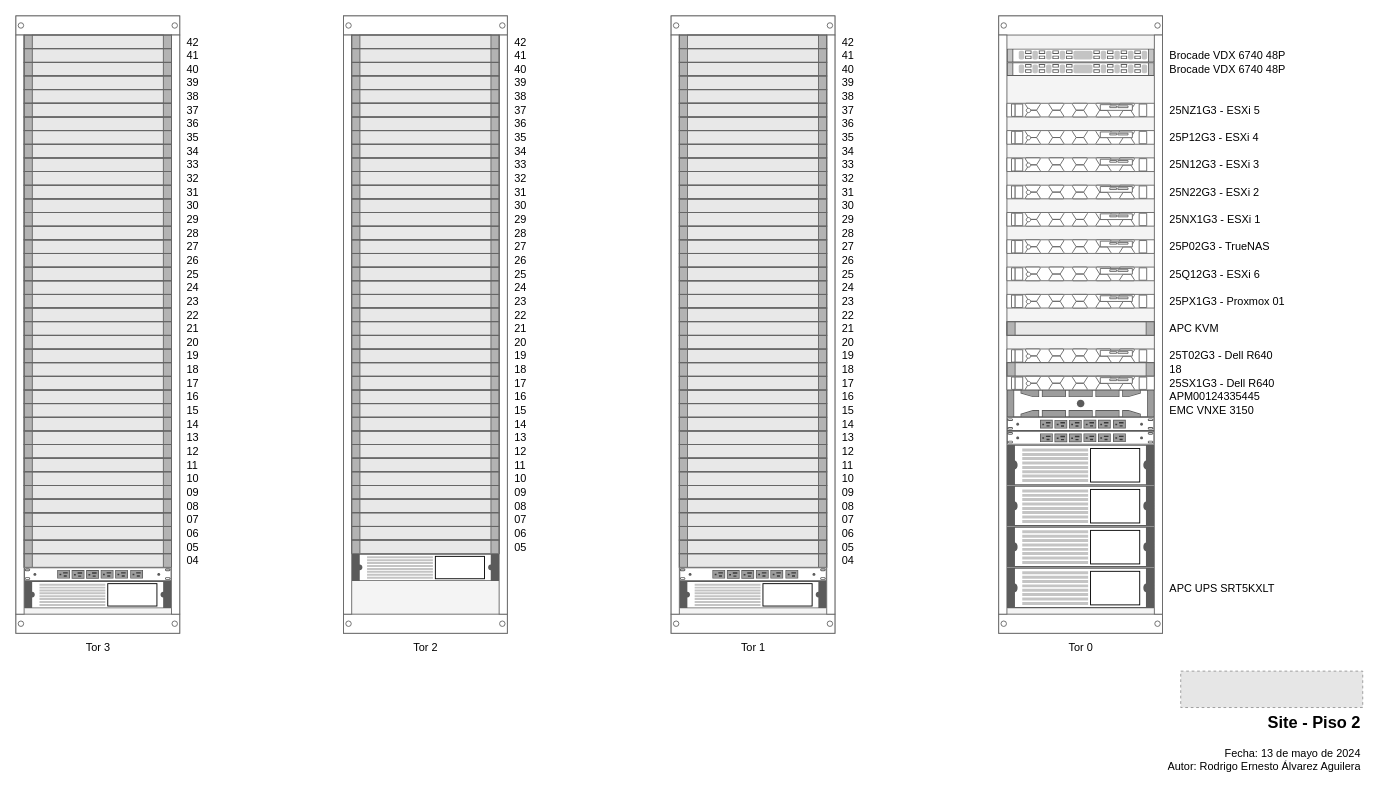
Earlier version of the draw.io diagram page "Servidores" (1 of 3) of siteCultura.drawio (incognia/Cultura). Source tidied: cells renumbered, new cells numbered last; positions are measured from the earlier drawing's top-left corner, leaving out a move shared by most shapes. Both pictures are drawn from the tidied source at 91%, with x=0, y=0 at pixel (15, 15). Pictures stored in the file or linked from it are replaced by grey dashed boxes.
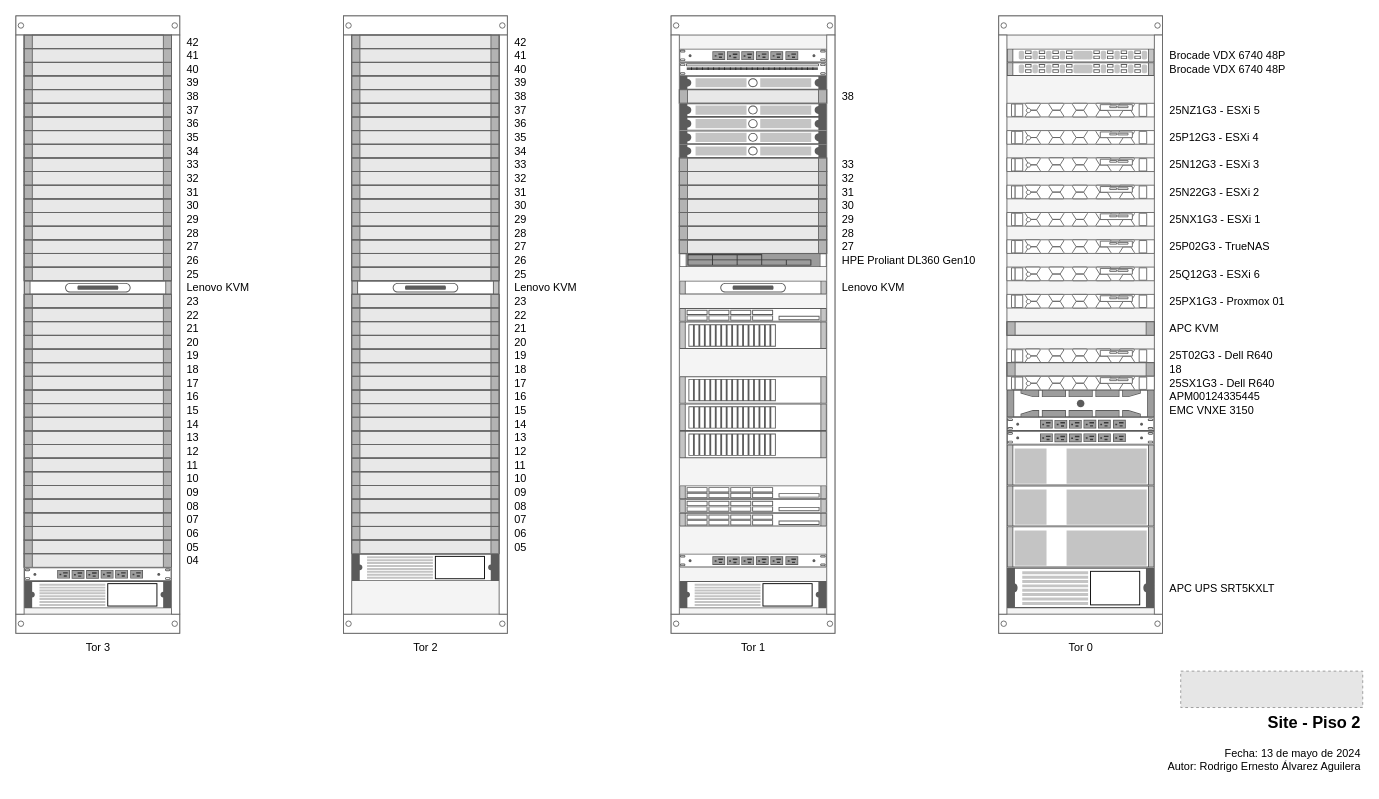
Above is the later version.

The change refers to these unchanged cells:
```xml
<mxCell id="2" value="Tor 3" style="strokeColor=#666666;html=1;verticalLabelPosition=bottom;labelBackgroundColor=#ffffff;verticalAlign=top;shadow=0;dashed=0;shape=mxgraph.rackGeneral.rackCabinet3;fillColor2=#f4f4f4;allowGaps=1;textColor=#666666;numDisp=off;" parent="1" vertex="1">
  <mxGeometry width="180" height="680" as="geometry" />
</mxCell>
<mxCell id="44" value="Tor 2" style="strokeColor=#666666;html=1;verticalLabelPosition=bottom;labelBackgroundColor=#ffffff;verticalAlign=top;shadow=0;dashed=0;shape=mxgraph.rackGeneral.rackCabinet3;fillColor2=#f4f4f4;allowGaps=1;textColor=#666666;numDisp=off;" parent="1" vertex="1">
  <mxGeometry x="360" width="180" height="680" as="geometry" />
</mxCell>
<mxCell id="84" value="Tor 1" style="strokeColor=#666666;html=1;verticalLabelPosition=bottom;labelBackgroundColor=#ffffff;verticalAlign=top;shadow=0;dashed=0;shape=mxgraph.rackGeneral.rackCabinet3;fillColor2=#f4f4f4;allowGaps=1;textColor=#666666;numDisp=off;" parent="1" vertex="1">
  <mxGeometry x="720" width="180" height="680" as="geometry" />
</mxCell>
<mxCell id="126" value="Tor 0" style="strokeColor=#666666;html=1;verticalLabelPosition=bottom;labelBackgroundColor=#ffffff;verticalAlign=top;shadow=0;dashed=0;shape=mxgraph.rackGeneral.rackCabinet3;fillColor2=#f4f4f4;allowGaps=1;textColor=#666666;numDisp=off;" parent="1" vertex="1">
  <mxGeometry x="1080" width="180" height="680" as="geometry" />
</mxCell>
```

Change to the diagram source:
```diff
@@
+    <mxCell id="150" value="Lenovo KVM" style="shape=mxgraph.rack.ibm.ibm_1u_flat_panel_console_kit;html=1;labelPosition=right;align=left;spacingLeft=15;dashed=0;shadow=0;fillColor=#ffffff;" parent="2" vertex="1">
+      <mxGeometry x="9" y="291" width="162" height="15" as="geometry" />
+    </mxCell>
@@
-    <mxCell id="14" value="24" style="strokeColor=#666666;html=1;labelPosition=right;align=left;spacingLeft=15;shadow=0;dashed=0;shape=mxgraph.rackGeneral.plate;fillColor=#e8e8e8;" parent="2" vertex="1">
-      <mxGeometry x="9" y="291" width="162" height="15" as="geometry" />
-    </mxCell>
@@
+    <mxCell id="151" value="Lenovo KVM" style="shape=mxgraph.rack.ibm.ibm_1u_flat_panel_console_kit;html=1;labelPosition=right;align=left;spacingLeft=15;dashed=0;shadow=0;fillColor=#ffffff;" parent="44" vertex="1">
+      <mxGeometry x="9" y="291" width="162" height="15" as="geometry" />
+    </mxCell>
@@
-    <mxCell id="56" value="24" style="strokeColor=#666666;html=1;labelPosition=right;align=left;spacingLeft=15;shadow=0;dashed=0;shape=mxgraph.rackGeneral.plate;fillColor=#e8e8e8;" parent="44" vertex="1">
-      <mxGeometry x="9" y="291" width="162" height="15" as="geometry" />
-    </mxCell>
@@
-    <mxCell id="85" value="42" style="strokeColor=#666666;html=1;labelPosition=right;align=left;spacingLeft=15;shadow=0;dashed=0;shape=mxgraph.rackGeneral.plate;fillColor=#e8e8e8;" parent="84" vertex="1">
-      <mxGeometry x="9" y="21" width="162" height="15" as="geometry" />
-    </mxCell>
-    <mxCell id="86" value="40" style="strokeColor=#666666;html=1;labelPosition=right;align=left;spacingLeft=15;shadow=0;dashed=0;shape=mxgraph.rackGeneral.plate;fillColor=#e8e8e8;" parent="84" vertex="1">
-      <mxGeometry x="9" y="51" width="162" height="15" as="geometry" />
-    </mxCell>
-    <mxCell id="87" value="41" style="strokeColor=#666666;html=1;labelPosition=right;align=left;spacingLeft=15;shadow=0;dashed=0;shape=mxgraph.rackGeneral.plate;fillColor=#e8e8e8;" parent="84" vertex="1">
-      <mxGeometry x="9" y="36" width="162" height="15" as="geometry" />
-    </mxCell>
-    <mxCell id="88" value="39" style="strokeColor=#666666;html=1;labelPosition=right;align=left;spacingLeft=15;shadow=0;dashed=0;shape=mxgraph.rackGeneral.plate;fillColor=#e8e8e8;" parent="84" vertex="1">
-      <mxGeometry x="9" y="66" width="162" height="15" as="geometry" />
-    </mxCell>
+    <mxCell id="152" style="strokeColor=#666666;html=1;labelPosition=right;align=left;spacingLeft=15;shadow=0;dashed=0;shape=mxgraph.rack.dell.power_strip;" parent="84" vertex="1">
+      <mxGeometry x="9" y="36" width="162" height="15" as="geometry" />
+    </mxCell>
+    <mxCell id="153" style="strokeColor=#666666;html=1;labelPosition=right;align=left;spacingLeft=15;shadow=0;dashed=0;shape=mxgraph.rack.general.cat5e_rack_mount_patch_panel_24_ports;" parent="84" vertex="1">
+      <mxGeometry x="9" y="51" width="162" height="15" as="geometry" />
+    </mxCell>
+    <mxCell id="154" style="strokeColor=#666666;html=1;labelPosition=right;align=left;spacingLeft=15;shadow=0;dashed=0;shape=mxgraph.rack.general.1u_rack_server;" parent="84" vertex="1">
+      <mxGeometry x="9" y="66" width="162" height="15" as="geometry" />
+    </mxCell>
@@
+    <mxCell id="155" style="strokeColor=#666666;html=1;labelPosition=right;align=left;spacingLeft=15;shadow=0;dashed=0;shape=mxgraph.rack.general.1u_rack_server;" parent="84" vertex="1">
+      <mxGeometry x="9" y="96" width="162" height="15" as="geometry" />
+    </mxCell>
+    <mxCell id="156" style="strokeColor=#666666;html=1;labelPosition=right;align=left;spacingLeft=15;shadow=0;dashed=0;shape=mxgraph.rack.general.1u_rack_server;" parent="84" vertex="1">
+      <mxGeometry x="9" y="111" width="162" height="15" as="geometry" />
+    </mxCell>
+    <mxCell id="157" style="strokeColor=#666666;html=1;labelPosition=right;align=left;spacingLeft=15;shadow=0;dashed=0;shape=mxgraph.rack.general.1u_rack_server;" parent="84" vertex="1">
+      <mxGeometry x="9" y="126" width="162" height="15" as="geometry" />
+    </mxCell>
+    <mxCell id="158" style="strokeColor=#666666;html=1;labelPosition=right;align=left;spacingLeft=15;shadow=0;dashed=0;shape=mxgraph.rack.general.1u_rack_server;" parent="84" vertex="1">
+      <mxGeometry x="9" y="141" width="162" height="15" as="geometry" />
+    </mxCell>
@@
-    <mxCell id="91" value="34" style="strokeColor=#666666;html=1;labelPosition=right;align=left;spacingLeft=15;shadow=0;dashed=0;shape=mxgraph.rackGeneral.plate;fillColor=#e8e8e8;" parent="84" vertex="1">
-      <mxGeometry x="9" y="141" width="162" height="15" as="geometry" />
-    </mxCell>
-    <mxCell id="92" value="35" style="strokeColor=#666666;html=1;labelPosition=right;align=left;spacingLeft=15;shadow=0;dashed=0;shape=mxgraph.rackGeneral.plate;fillColor=#e8e8e8;" parent="84" vertex="1">
-      <mxGeometry x="9" y="126" width="162" height="15" as="geometry" />
-    </mxCell>
-    <mxCell id="93" value="36" style="strokeColor=#666666;html=1;labelPosition=right;align=left;spacingLeft=15;shadow=0;dashed=0;shape=mxgraph.rackGeneral.plate;fillColor=#e8e8e8;" parent="84" vertex="1">
-      <mxGeometry x="9" y="111" width="162" height="15" as="geometry" />
-    </mxCell>
-    <mxCell id="94" value="37" style="strokeColor=#666666;html=1;labelPosition=right;align=left;spacingLeft=15;shadow=0;dashed=0;shape=mxgraph.rackGeneral.plate;fillColor=#e8e8e8;" parent="84" vertex="1">
-      <mxGeometry x="9" y="96" width="162" height="15" as="geometry" />
-    </mxCell>
-    <mxCell id="95" value="23" style="strokeColor=#666666;html=1;labelPosition=right;align=left;spacingLeft=15;shadow=0;dashed=0;shape=mxgraph.rackGeneral.plate;fillColor=#e8e8e8;" parent="84" vertex="1">
-      <mxGeometry x="9" y="306" width="162" height="15" as="geometry" />
-    </mxCell>
-    <mxCell id="96" value="24" style="strokeColor=#666666;html=1;labelPosition=right;align=left;spacingLeft=15;shadow=0;dashed=0;shape=mxgraph.rackGeneral.plate;fillColor=#e8e8e8;" parent="84" vertex="1">
-      <mxGeometry x="9" y="291" width="162" height="15" as="geometry" />
-    </mxCell>
-    <mxCell id="97" value="25" style="strokeColor=#666666;html=1;labelPosition=right;align=left;spacingLeft=15;shadow=0;dashed=0;shape=mxgraph.rackGeneral.plate;fillColor=#e8e8e8;" parent="84" vertex="1">
-      <mxGeometry x="9" y="276" width="162" height="15" as="geometry" />
-    </mxCell>
-    <mxCell id="98" value="26" style="strokeColor=#666666;html=1;labelPosition=right;align=left;spacingLeft=15;shadow=0;dashed=0;shape=mxgraph.rackGeneral.plate;fillColor=#e8e8e8;" parent="84" vertex="1">
-      <mxGeometry x="9" y="261" width="162" height="15" as="geometry" />
-    </mxCell>
+    <mxCell id="159" value="HPE Proliant DL360 Gen10" style="shape=mxgraph.rack.hp.hp_proliant_dl360p_g8;html=1;labelPosition=right;align=left;spacingLeft=15;dashed=0;shadow=0;fillColor=#ffffff;" parent="84" vertex="1">
+      <mxGeometry x="9" y="261" width="162" height="15" as="geometry" />
+    </mxCell>
+    <mxCell id="160" value="Lenovo KVM" style="shape=mxgraph.rack.ibm.ibm_1u_flat_panel_console_kit;html=1;labelPosition=right;align=left;spacingLeft=15;dashed=0;shadow=0;fillColor=#ffffff;" parent="84" vertex="1">
+      <mxGeometry x="9" y="291" width="162" height="15" as="geometry" />
+    </mxCell>
@@
-    <mxCell id="105" value="22" style="strokeColor=#666666;html=1;labelPosition=right;align=left;spacingLeft=15;shadow=0;dashed=0;shape=mxgraph.rackGeneral.plate;fillColor=#e8e8e8;" parent="84" vertex="1">
-      <mxGeometry x="9" y="321" width="162" height="15" as="geometry" />
-    </mxCell>
-    <mxCell id="106" value="13" style="strokeColor=#666666;html=1;labelPosition=right;align=left;spacingLeft=15;shadow=0;dashed=0;shape=mxgraph.rackGeneral.plate;fillColor=#e8e8e8;" parent="84" vertex="1">
-      <mxGeometry x="9" y="456" width="162" height="15" as="geometry" />
-    </mxCell>
-    <mxCell id="107" value="14" style="strokeColor=#666666;html=1;labelPosition=right;align=left;spacingLeft=15;shadow=0;dashed=0;shape=mxgraph.rackGeneral.plate;fillColor=#e8e8e8;" parent="84" vertex="1">
-      <mxGeometry x="9" y="441" width="162" height="15" as="geometry" />
-    </mxCell>
-    <mxCell id="108" value="15" style="strokeColor=#666666;html=1;labelPosition=right;align=left;spacingLeft=15;shadow=0;dashed=0;shape=mxgraph.rackGeneral.plate;fillColor=#e8e8e8;" parent="84" vertex="1">
-      <mxGeometry x="9" y="426" width="162" height="15" as="geometry" />
-    </mxCell>
-    <mxCell id="109" value="16" style="strokeColor=#666666;html=1;labelPosition=right;align=left;spacingLeft=15;shadow=0;dashed=0;shape=mxgraph.rackGeneral.plate;fillColor=#e8e8e8;" parent="84" vertex="1">
-      <mxGeometry x="9" y="411" width="162" height="15" as="geometry" />
-    </mxCell>
-    <mxCell id="110" value="17" style="strokeColor=#666666;html=1;labelPosition=right;align=left;spacingLeft=15;shadow=0;dashed=0;shape=mxgraph.rackGeneral.plate;fillColor=#e8e8e8;" parent="84" vertex="1">
-      <mxGeometry x="9" y="396" width="162" height="15" as="geometry" />
-    </mxCell>
-    <mxCell id="111" value="18" style="strokeColor=#666666;html=1;labelPosition=right;align=left;spacingLeft=15;shadow=0;dashed=0;shape=mxgraph.rackGeneral.plate;fillColor=#e8e8e8;" parent="84" vertex="1">
-      <mxGeometry x="9" y="381" width="162" height="15" as="geometry" />
-    </mxCell>
-    <mxCell id="112" value="19" style="strokeColor=#666666;html=1;labelPosition=right;align=left;spacingLeft=15;shadow=0;dashed=0;shape=mxgraph.rackGeneral.plate;fillColor=#e8e8e8;" parent="84" vertex="1">
-      <mxGeometry x="9" y="366" width="162" height="15" as="geometry" />
-    </mxCell>
-    <mxCell id="113" value="20" style="strokeColor=#666666;html=1;labelPosition=right;align=left;spacingLeft=15;shadow=0;dashed=0;shape=mxgraph.rackGeneral.plate;fillColor=#e8e8e8;" parent="84" vertex="1">
-      <mxGeometry x="9" y="351" width="162" height="15" as="geometry" />
-    </mxCell>
-    <mxCell id="114" value="21" style="strokeColor=#666666;html=1;labelPosition=right;align=left;spacingLeft=15;shadow=0;dashed=0;shape=mxgraph.rackGeneral.plate;fillColor=#e8e8e8;" parent="84" vertex="1">
-      <mxGeometry x="9" y="336" width="162" height="15" as="geometry" />
-    </mxCell>
-    <mxCell id="115" value="12" style="strokeColor=#666666;html=1;labelPosition=right;align=left;spacingLeft=15;shadow=0;dashed=0;shape=mxgraph.rackGeneral.plate;fillColor=#e8e8e8;" parent="84" vertex="1">
-      <mxGeometry x="9" y="471" width="162" height="15" as="geometry" />
-    </mxCell>
-    <mxCell id="116" value="11" style="strokeColor=#666666;html=1;labelPosition=right;align=left;spacingLeft=15;shadow=0;dashed=0;shape=mxgraph.rackGeneral.plate;fillColor=#e8e8e8;" parent="84" vertex="1">
-      <mxGeometry x="9" y="486" width="162" height="15" as="geometry" />
-    </mxCell>
-    <mxCell id="117" value="10" style="strokeColor=#666666;html=1;labelPosition=right;align=left;spacingLeft=15;shadow=0;dashed=0;shape=mxgraph.rackGeneral.plate;fillColor=#e8e8e8;" parent="84" vertex="1">
-      <mxGeometry x="9" y="501" width="162" height="15" as="geometry" />
-    </mxCell>
-    <mxCell id="118" value="09" style="strokeColor=#666666;html=1;labelPosition=right;align=left;spacingLeft=15;shadow=0;dashed=0;shape=mxgraph.rackGeneral.plate;fillColor=#e8e8e8;" parent="84" vertex="1">
-      <mxGeometry x="9" y="516" width="162" height="15" as="geometry" />
-    </mxCell>
-    <mxCell id="119" value="08" style="strokeColor=#666666;html=1;labelPosition=right;align=left;spacingLeft=15;shadow=0;dashed=0;shape=mxgraph.rackGeneral.plate;fillColor=#e8e8e8;" parent="84" vertex="1">
-      <mxGeometry x="9" y="531" width="162" height="15" as="geometry" />
-    </mxCell>
-    <mxCell id="120" value="05" style="strokeColor=#666666;html=1;labelPosition=right;align=left;spacingLeft=15;shadow=0;dashed=0;shape=mxgraph.rackGeneral.plate;fillColor=#e8e8e8;" parent="84" vertex="1">
-      <mxGeometry x="9" y="576" width="162" height="15" as="geometry" />
-    </mxCell>
-    <mxCell id="121" value="06" style="strokeColor=#666666;html=1;labelPosition=right;align=left;spacingLeft=15;shadow=0;dashed=0;shape=mxgraph.rackGeneral.plate;fillColor=#e8e8e8;" parent="84" vertex="1">
-      <mxGeometry x="9" y="561" width="162" height="15" as="geometry" />
-    </mxCell>
-    <mxCell id="122" value="07" style="strokeColor=#666666;html=1;labelPosition=right;align=left;spacingLeft=15;shadow=0;dashed=0;shape=mxgraph.rackGeneral.plate;fillColor=#e8e8e8;" parent="84" vertex="1">
-      <mxGeometry x="9" y="546" width="162" height="15" as="geometry" />
-    </mxCell>
-    <mxCell id="123" value="04" style="strokeColor=#666666;html=1;labelPosition=right;align=left;spacingLeft=15;shadow=0;dashed=0;shape=mxgraph.rackGeneral.plate;fillColor=#e8e8e8;" parent="84" vertex="1">
-      <mxGeometry x="9" y="591" width="162" height="15" as="geometry" />
-    </mxCell>
+    <mxCell id="161" style="shape=mxgraph.rack.ibm.ibm_x3550_m4;html=1;labelPosition=right;align=left;spacingLeft=15;dashed=0;shadow=0;fillColor=#ffffff;" parent="84" vertex="1">
+      <mxGeometry x="9" y="321" width="162" height="15" as="geometry" />
+    </mxCell>
+    <mxCell id="162" style="shape=mxgraph.rack.ibm.ibm_x3650_m4;html=1;labelPosition=right;align=left;spacingLeft=15;dashed=0;shadow=0;fillColor=#ffffff;" parent="84" vertex="1">
+      <mxGeometry x="9" y="336" width="162" height="30" as="geometry" />
+    </mxCell>
+    <mxCell id="163" style="shape=mxgraph.rack.ibm.ibm_x3650_m4;html=1;labelPosition=right;align=left;spacingLeft=15;dashed=0;shadow=0;fillColor=#ffffff;" parent="84" vertex="1">
+      <mxGeometry x="9" y="396" width="162" height="30" as="geometry" />
+    </mxCell>
+    <mxCell id="164" style="shape=mxgraph.rack.ibm.ibm_x3650_m4;html=1;labelPosition=right;align=left;spacingLeft=15;dashed=0;shadow=0;fillColor=#ffffff;" parent="84" vertex="1">
+      <mxGeometry x="9" y="426" width="162" height="30" as="geometry" />
+    </mxCell>
+    <mxCell id="165" style="shape=mxgraph.rack.ibm.ibm_x3650_m4;html=1;labelPosition=right;align=left;spacingLeft=15;dashed=0;shadow=0;fillColor=#ffffff;" parent="84" vertex="1">
+      <mxGeometry x="9" y="456" width="162" height="30" as="geometry" />
+    </mxCell>
+    <mxCell id="166" style="shape=mxgraph.rack.ibm.ibm_x3550_m4;html=1;labelPosition=right;align=left;spacingLeft=15;dashed=0;shadow=0;fillColor=#ffffff;" parent="84" vertex="1">
+      <mxGeometry x="9" y="516" width="162" height="15" as="geometry" />
+    </mxCell>
+    <mxCell id="167" style="shape=mxgraph.rack.ibm.ibm_x3550_m4;html=1;labelPosition=right;align=left;spacingLeft=15;dashed=0;shadow=0;fillColor=#ffffff;" parent="84" vertex="1">
+      <mxGeometry x="9" y="531" width="162" height="15" as="geometry" />
+    </mxCell>
+    <mxCell id="168" style="shape=mxgraph.rack.ibm.ibm_x3550_m4;html=1;labelPosition=right;align=left;spacingLeft=15;dashed=0;shadow=0;fillColor=#ffffff;" parent="84" vertex="1">
+      <mxGeometry x="9" y="546" width="162" height="15" as="geometry" />
+    </mxCell>
     <mxCell id="124" style="strokeColor=#666666;html=1;labelPosition=right;align=left;spacingLeft=15;shadow=0;dashed=0;shape=mxgraph.rack.dell.power_strip;" parent="84" vertex="1">
-      <mxGeometry x="9" y="606" width="162" height="15" as="geometry" />
+      <mxGeometry x="9" y="591" width="162" height="15" as="geometry" />
     </mxCell>
@@
-    <mxCell id="144" style="shape=mxgraph.rack.apc.apc_smart_ups_1000-3000_va_2u;html=1;labelPosition=right;align=left;spacingLeft=15;dashed=0;shadow=0;fillColor=#ffffff;" parent="126" vertex="1">
-      <mxGeometry x="9" y="471" width="162" height="45" as="geometry" />
-    </mxCell>
-    <mxCell id="145" style="shape=mxgraph.rack.apc.apc_smart_ups_1000-3000_va_2u;html=1;labelPosition=right;align=left;spacingLeft=15;dashed=0;shadow=0;fillColor=#ffffff;" parent="126" vertex="1">
-      <mxGeometry x="9" y="516" width="162" height="45" as="geometry" />
-    </mxCell>
-    <mxCell id="146" style="shape=mxgraph.rack.apc.apc_smart_ups_1000-3000_va_2u;html=1;labelPosition=right;align=left;spacingLeft=15;dashed=0;shadow=0;fillColor=#ffffff;" parent="126" vertex="1">
-      <mxGeometry x="9" y="561" width="162" height="45" as="geometry" />
-    </mxCell>
+    <mxCell id="169" style="shape=mxgraph.rack.ibm.ibm_3000va_ups;html=1;labelPosition=right;align=left;spacingLeft=15;dashed=0;shadow=0;fillColor=#ffffff;" parent="126" vertex="1">
+      <mxGeometry x="9" y="471" width="162" height="45" as="geometry" />
+    </mxCell>
+    <mxCell id="170" style="shape=mxgraph.rack.ibm.ibm_3000va_ups;html=1;labelPosition=right;align=left;spacingLeft=15;dashed=0;shadow=0;fillColor=#ffffff;" parent="126" vertex="1">
+      <mxGeometry x="9" y="516" width="162" height="45" as="geometry" />
+    </mxCell>
+    <mxCell id="171" style="shape=mxgraph.rack.ibm.ibm_3000va_ups;html=1;labelPosition=right;align=left;spacingLeft=15;dashed=0;shadow=0;fillColor=#ffffff;" parent="126" vertex="1">
+      <mxGeometry x="9" y="561" width="162" height="45" as="geometry" />
+    </mxCell>
```
